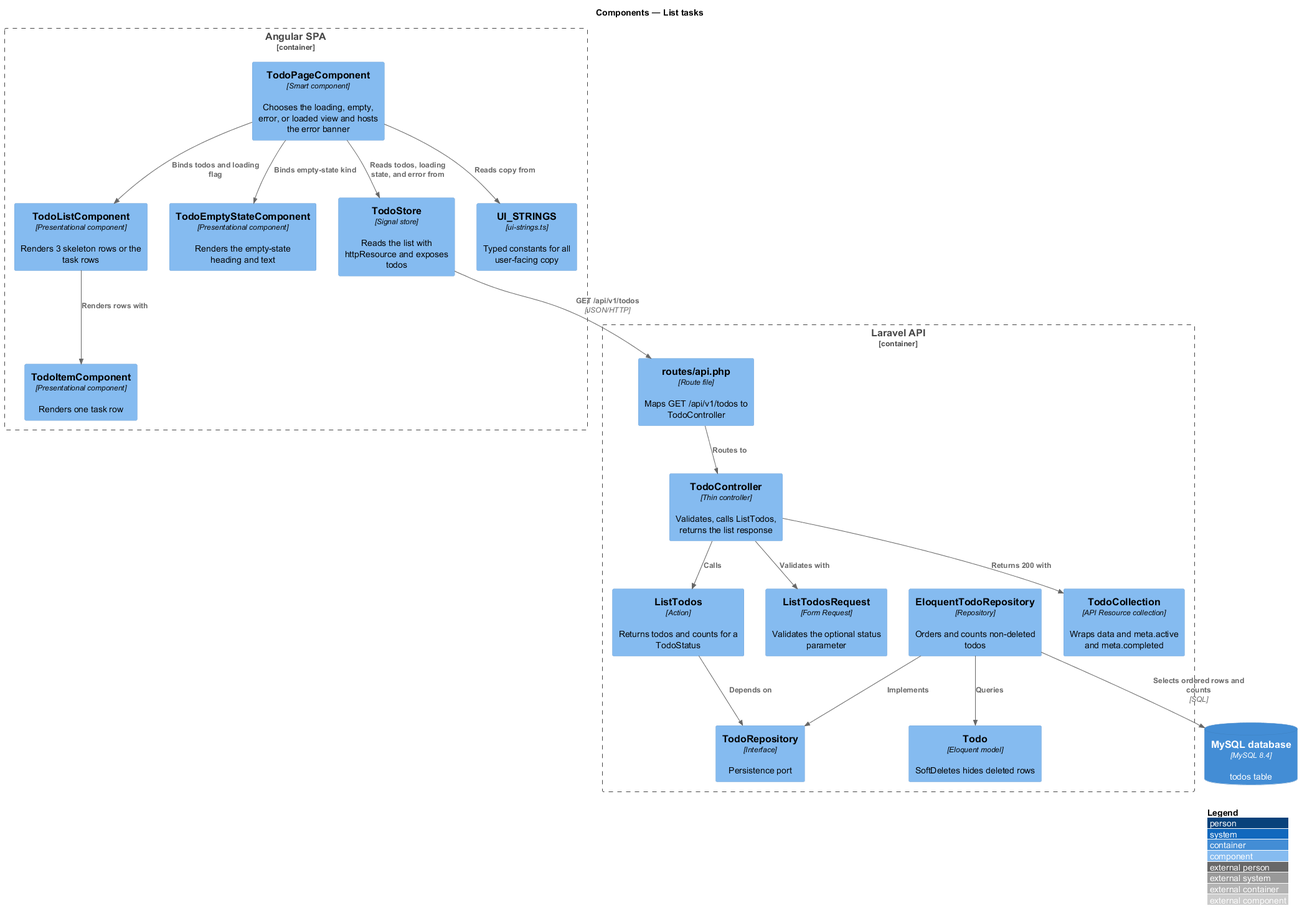
This is docs/detailed-designs/task-browsing/list-tasks/diagrams/c4-component.png from QuinntyneBrown/php-todo-lab, a PlantUML export, as it was before one commit.
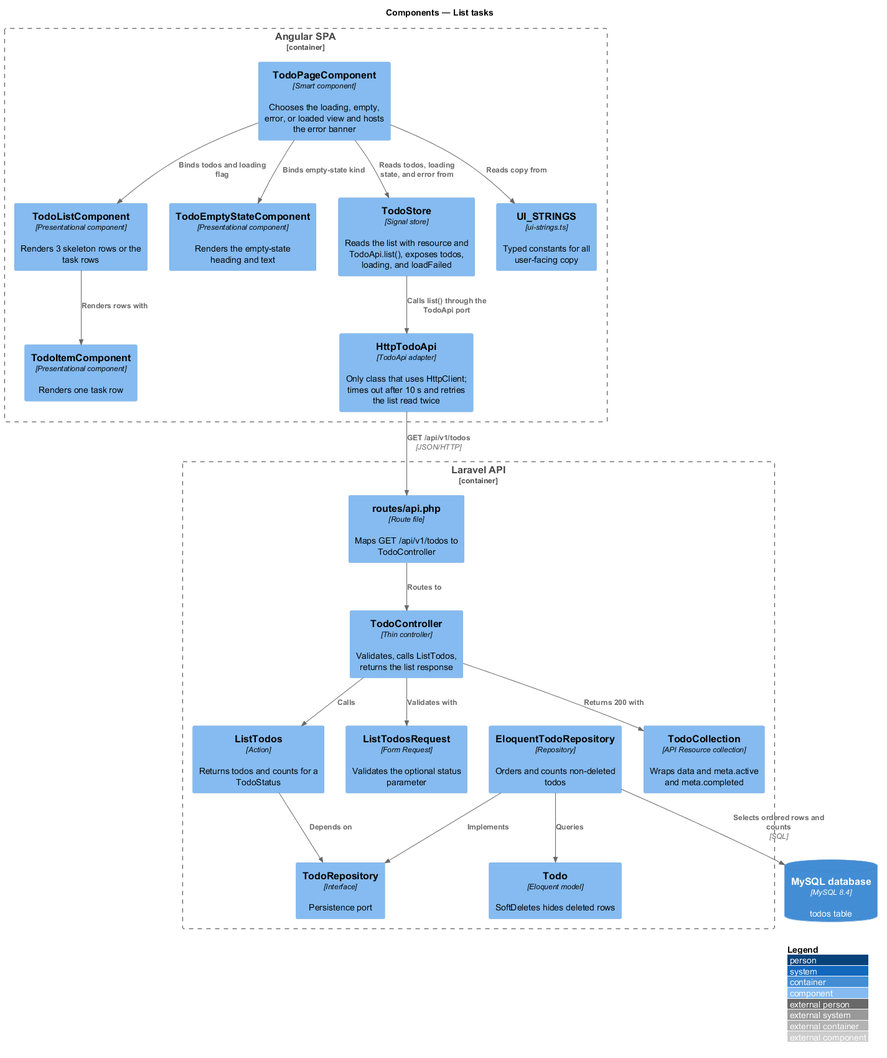
After the commit.

Change to the diagram source:
```diff
@@ -8,7 +8,8 @@
   Component(list, "TodoListComponent", "Presentational component", "Renders 3 skeleton rows or the task rows")
   Component(item, "TodoItemComponent", "Presentational component", "Renders one task row")
   Component(empty, "TodoEmptyStateComponent", "Presentational component", "Renders the empty-state heading and text")
-  Component(store, "TodoStore", "Signal store", "Reads the list with httpResource and exposes todos")
+  Component(store, "TodoStore", "Signal store", "Reads the list with resource and TodoApi.list(), exposes todos, loading, and loadFailed")
+  Component(http, "HttpTodoApi", "TodoApi adapter", "Only class that uses HttpClient; times out after 10 s and retries the list read twice")
   Component(strings, "UI_STRINGS", "ui-strings.ts", "Typed constants for all user-facing copy")
 }
 
@@ -30,7 +31,8 @@
 Rel(page, empty, "Binds empty-state kind")
 Rel(list, item, "Renders rows with")
 Rel(page, strings, "Reads copy from")
-Rel(store, routes, "GET /api/v1/todos", "JSON/HTTP")
+Rel(store, http, "Calls list() through the TodoApi port")
+Rel(http, routes, "GET /api/v1/todos", "JSON/HTTP")
 Rel(routes, ctrl, "Routes to")
 Rel(ctrl, req, "Validates with")
 Rel(ctrl, action, "Calls")
```
